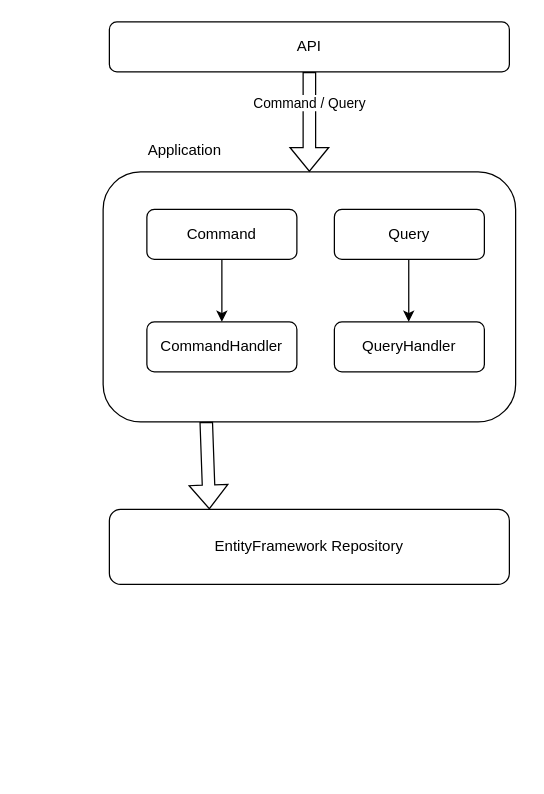
Above: CleanArchitecture.drawio in duybao901/DemoCICD (draw.io), before the change. Source tidied: cells renumbered, new cells numbered last; positions are measured from the earlier drawing's top-left corner, leaving out a move shared by most shapes. Both pictures are drawn from the tidied source at 125%, with x=0, y=0 at pixel (102, 21).
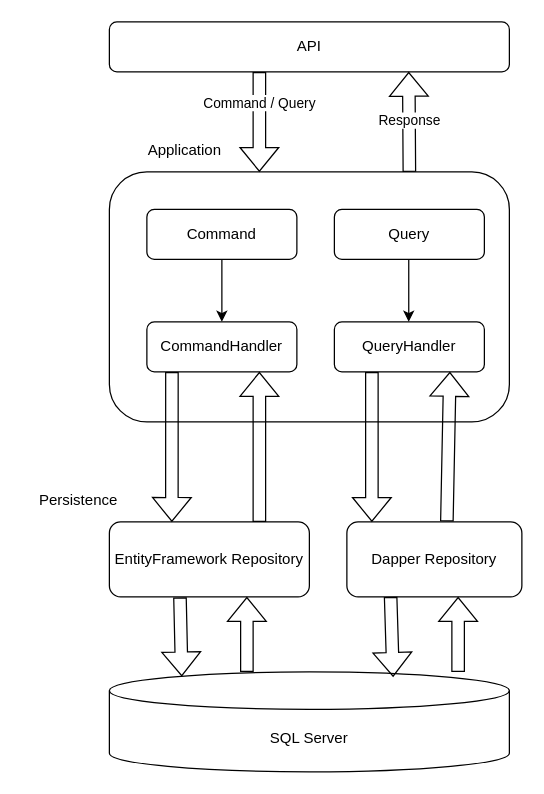
Above is the later version.

Unchanged cells that the change refers to:
```xml
<mxCell id="2" value="API" style="rounded=1;whiteSpace=wrap;html=1;" parent="1" vertex="1">
  <mxGeometry x="5" width="320" height="40" as="geometry" />
</mxCell>
<mxCell id="9" value="CommandHandler" style="rounded=1;whiteSpace=wrap;html=1;" parent="1" vertex="1">
  <mxGeometry x="35" y="240" width="120" height="40" as="geometry" />
</mxCell>
<mxCell id="10" value="QueryHandler" style="rounded=1;whiteSpace=wrap;html=1;" parent="1" vertex="1">
  <mxGeometry x="185" y="240" width="120" height="40" as="geometry" />
</mxCell>
```

What changed in the source:
```diff
@@
     <mxCell id="3" style="rounded=1;whiteSpace=wrap;html=1;" parent="1" vertex="1">
-      <mxGeometry y="120" width="330" height="200" as="geometry" />
+      <mxGeometry x="5" y="120" width="320" height="200" as="geometry" />
     </mxCell>
@@
-    <mxCell id="5" style="shape=flexArrow;endArrow=classic;html=1;rounded=0;exitX=0.5;exitY=1;exitDx=0;exitDy=0;" parent="1" edge="1" source="2" target="3">
-      <mxGeometry relative="1" as="geometry" />
+    <mxCell id="5" style="shape=flexArrow;endArrow=classic;html=1;rounded=0;exitX=0.5;exitY=1;exitDx=0;exitDy=0;" parent="1" edge="1">
+      <mxGeometry relative="1" as="geometry">
+        <mxPoint x="125" y="40" as="sourcePoint" />
+        <mxPoint x="125" y="120" as="targetPoint" />
+      </mxGeometry>
     </mxCell>
@@
-    <mxCell id="14" value="EntityFramework Repository" style="rounded=1;whiteSpace=wrap;html=1;align=center;" parent="1" vertex="1">
-      <mxGeometry x="5" y="390" width="320" height="60" as="geometry" />
+    <mxCell id="14" value="EntityFramework Repository" style="rounded=1;whiteSpace=wrap;html=1;" parent="1" vertex="1">
+      <mxGeometry x="5" y="400" width="160" height="60" as="geometry" />
     </mxCell>
-    <mxCell id="15" style="shape=flexArrow;endArrow=classic;html=1;rounded=0;exitX=0.25;exitY=1;exitDx=0;exitDy=0;entryX=0.25;entryY=0;entryDx=0;entryDy=0;" parent="1" edge="1" source="3" target="14">
-      <mxGeometry relative="1" as="geometry" />
-    </mxCell>
+    <mxCell id="16" style="shape=flexArrow;endArrow=classic;html=1;rounded=0;exitX=0.75;exitY=0;exitDx=0;exitDy=0;entryX=0.75;entryY=1;entryDx=0;entryDy=0;" parent="1" edge="1" source="14" target="9">
+      <mxGeometry relative="1" as="geometry" />
+    </mxCell>
+    <mxCell id="17" value="SQL Server" style="shape=cylinder3;whiteSpace=wrap;html=1;boundedLbl=1;backgroundOutline=1;size=15;" parent="1" vertex="1">
+      <mxGeometry x="5" y="520" width="320" height="80" as="geometry" />
+    </mxCell>
+    <mxCell id="18" style="shape=flexArrow;endArrow=classic;html=1;rounded=0;exitX=0.353;exitY=1.007;exitDx=0;exitDy=0;entryX=0.181;entryY=0.045;entryDx=0;entryDy=0;entryPerimeter=0;exitPerimeter=0;" parent="1" edge="1" source="14" target="17">
+      <mxGeometry relative="1" as="geometry" />
+    </mxCell>
+    <mxCell id="19" style="shape=flexArrow;endArrow=classic;html=1;rounded=0;entryX=0.621;entryY=0.98;entryDx=0;entryDy=0;entryPerimeter=0;exitX=0.75;exitY=0;exitDx=0;exitDy=0;" parent="1" edge="1" source="3">
+      <mxGeometry relative="1" as="geometry">
+        <mxPoint x="244.5" y="40" as="targetPoint" />
+      </mxGeometry>
+    </mxCell>
+    <mxCell id="20" value="Response" style="edgeLabel;html=1;align=center;verticalAlign=middle;" parent="19" vertex="1">
+      <mxGeometry x="0.06" y="6" relative="1" as="geometry">
+        <mxPoint x="6" as="offset" />
+      </mxGeometry>
+    </mxCell>
+    <mxCell id="21" style="shape=flexArrow;endArrow=classic;html=1;rounded=0;entryX=0.25;entryY=0;entryDx=0;entryDy=0;exitX=0.167;exitY=1;exitDx=0;exitDy=0;exitPerimeter=0;" parent="1" edge="1" source="9">
+      <mxGeometry relative="1" as="geometry">
+        <mxPoint x="55" y="400" as="targetPoint" />
+      </mxGeometry>
+    </mxCell>
+    <mxCell id="22" style="shape=flexArrow;endArrow=classic;html=1;rounded=0;entryX=0.5;entryY=1;entryDx=0;entryDy=0;" parent="1" edge="1">
+      <mxGeometry relative="1" as="geometry">
+        <mxPoint x="115" y="520" as="sourcePoint" />
+        <mxPoint x="115" y="460" as="targetPoint" />
+      </mxGeometry>
+    </mxCell>
+    <mxCell id="23" value="Dapper Repository" style="rounded=1;whiteSpace=wrap;html=1;" parent="1" vertex="1">
+      <mxGeometry x="195" y="400" width="140" height="60" as="geometry" />
+    </mxCell>
+    <mxCell id="24" style="shape=flexArrow;endArrow=classic;html=1;rounded=0;exitX=0.353;exitY=1.007;exitDx=0;exitDy=0;entryX=0.181;entryY=0.045;entryDx=0;entryDy=0;entryPerimeter=0;exitPerimeter=0;" parent="1" edge="1">
+      <mxGeometry relative="1" as="geometry">
+        <mxPoint x="230" y="460" as="sourcePoint" />
+        <mxPoint x="232" y="524" as="targetPoint" />
+      </mxGeometry>
+    </mxCell>
+    <mxCell id="25" style="shape=flexArrow;endArrow=classic;html=1;rounded=0;entryX=0.5;entryY=1;entryDx=0;entryDy=0;" parent="1" edge="1">
+      <mxGeometry relative="1" as="geometry">
+        <mxPoint x="284" y="520" as="sourcePoint" />
+        <mxPoint x="284" y="460" as="targetPoint" />
+      </mxGeometry>
+    </mxCell>
+    <mxCell id="26" style="shape=flexArrow;endArrow=classic;html=1;rounded=0;entryX=0.25;entryY=0;entryDx=0;entryDy=0;exitX=0.25;exitY=1;exitDx=0;exitDy=0;" parent="1" edge="1" source="10">
+      <mxGeometry relative="1" as="geometry">
+        <mxPoint x="215" y="400" as="targetPoint" />
+      </mxGeometry>
+    </mxCell>
+    <mxCell id="27" style="shape=flexArrow;endArrow=classic;html=1;rounded=0;exitX=0.75;exitY=0;exitDx=0;exitDy=0;entryX=0.937;entryY=1.01;entryDx=0;entryDy=0;entryPerimeter=0;" parent="1" edge="1">
+      <mxGeometry relative="1" as="geometry">
+        <mxPoint x="275" y="399.6" as="sourcePoint" />
+        <mxPoint x="277.4" y="280" as="targetPoint" />
+      </mxGeometry>
+    </mxCell>
+    <mxCell id="28" value="Persistence&lt;div&gt;&lt;br&gt;&lt;/div&gt;" style="text;html=1;align=center;verticalAlign=middle;strokeColor=none;fillColor=none;" parent="1" vertex="1">
+      <mxGeometry x="-65" y="370" width="90" height="40" as="geometry" />
+    </mxCell>
```
